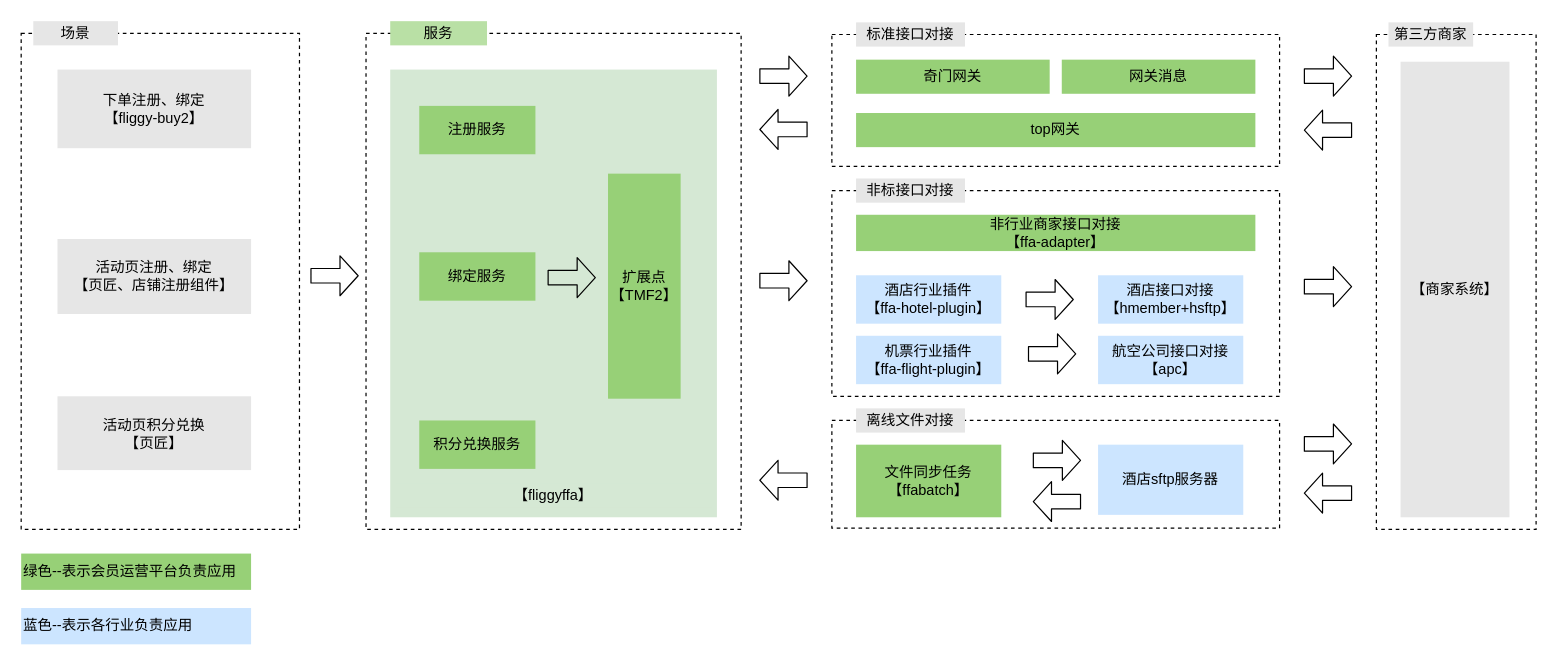
The draw.io diagram page "会员互通系统" (11 of 11) of 会员成长平台.drawio in renqiuming/drawio, before the edit. Source tidied: cells renumbered, new cells numbered last; positions are measured from the earlier drawing's top-left corner, leaving out a move shared by most shapes. Both pictures are drawn from the tidied source at 121%, with x=0, y=0 at pixel (21, 21).
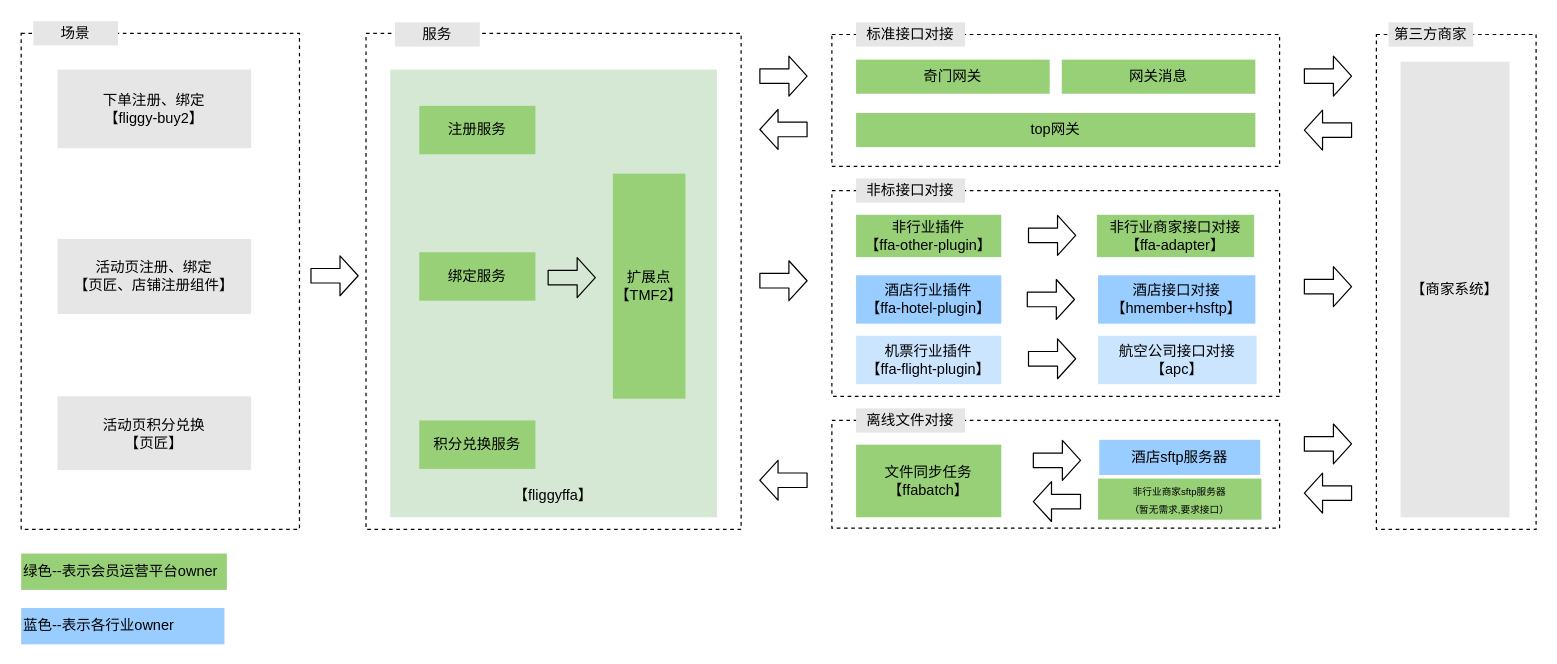
The same diagram, later.

Commit message:
更新会员成长平台.drawio

Diff of the diagram source:
```diff
@@
     <mxCell id="14" value="扩展点&lt;br&gt;【TMF2】" style="rounded=0;whiteSpace=wrap;html=1;fillColor=#97D077;strokeColor=none;" parent="1" vertex="1">
-      <mxGeometry x="485" y="126" width="60" height="186" as="geometry" />
+      <mxGeometry x="489" y="126" width="60" height="186" as="geometry" />
     </mxCell>
-    <mxCell id="15" value="服务" style="rounded=0;whiteSpace=wrap;html=1;fillColor=#B9E0A5;strokeColor=none;" parent="1" vertex="1">
-      <mxGeometry x="305" width="80" height="20" as="geometry" />
-    </mxCell>
@@
     <mxCell id="23" value="非行业商家接口对接&lt;br&gt;【ffa-adapter】" style="rounded=0;whiteSpace=wrap;html=1;fillColor=#97D077;strokeColor=none;" parent="1" vertex="1">
-      <mxGeometry x="690" y="160" width="330" height="30" as="geometry" />
+      <mxGeometry x="889" y="160" width="130" height="35" as="geometry" />
     </mxCell>
@@
-    <mxCell id="27" value="酒店行业插件&lt;br&gt;【ffa-hotel-plugin】" style="rounded=0;whiteSpace=wrap;html=1;fillColor=#CCE5FF;strokeColor=none;" parent="1" vertex="1">
+    <mxCell id="27" value="酒店行业插件&lt;br&gt;【ffa-hotel-plugin】" style="rounded=0;whiteSpace=wrap;html=1;fillColor=#99CCFF;strokeColor=none;" parent="1" vertex="1">
       <mxGeometry x="690" y="210" width="120" height="40" as="geometry" />
     </mxCell>
@@
-    <mxCell id="37" value="酒店接口对接&lt;br&gt;【hmember+hsftp】" style="rounded=0;whiteSpace=wrap;html=1;fillColor=#CCE5FF;strokeColor=none;" parent="1" vertex="1">
-      <mxGeometry x="890" y="210" width="120" height="40" as="geometry" />
+    <mxCell id="37" value="酒店接口对接&lt;br&gt;【hmember+hsftp】" style="rounded=0;whiteSpace=wrap;html=1;fillColor=#99CCFF;strokeColor=none;" parent="1" vertex="1">
+      <mxGeometry x="890" y="210" width="130" height="40" as="geometry" />
     </mxCell>
     <mxCell id="38" style="shape=flexArrow;endArrow=classic;html=1;width=12;endSize=4.67;" parent="1" edge="1">
       <mxGeometry relative="1" as="geometry">
-        <mxPoint x="830" y="230" as="sourcePoint" />
-        <mxPoint x="870" y="230" as="targetPoint" />
+        <mxPoint x="831" y="230" as="sourcePoint" />
+        <mxPoint x="871" y="230" as="targetPoint" />
       </mxGeometry>
     </mxCell>
     <mxCell id="39" style="shape=flexArrow;endArrow=classic;html=1;width=12;endSize=4.67;" parent="1" edge="1">
       <mxGeometry relative="1" as="geometry">
-        <mxPoint x="832" y="275" as="sourcePoint" />
-        <mxPoint x="872" y="275" as="targetPoint" />
+        <mxPoint x="832" y="279" as="sourcePoint" />
+        <mxPoint x="872" y="279" as="targetPoint" />
       </mxGeometry>
     </mxCell>
     <mxCell id="40" value="航空公司接口对接&lt;br&gt;【apc】" style="rounded=0;whiteSpace=wrap;html=1;fillColor=#CCE5FF;strokeColor=none;" parent="1" vertex="1">
-      <mxGeometry x="890" y="260" width="120" height="40" as="geometry" />
+      <mxGeometry x="890" y="260" width="131" height="40" as="geometry" />
     </mxCell>
@@
-    <mxCell id="46" value="酒店sftp服务器" style="rounded=0;whiteSpace=wrap;html=1;fillColor=#CCE5FF;strokeColor=none;" parent="1" vertex="1">
-      <mxGeometry x="890" y="350" width="120" height="58" as="geometry" />
+    <mxCell id="46" value="酒店sftp服务器" style="rounded=0;whiteSpace=wrap;html=1;fillColor=#99CCFF;strokeColor=none;" parent="1" vertex="1">
+      <mxGeometry x="891" y="346" width="133" height="29" as="geometry" />
     </mxCell>
@@
-    <mxCell id="49" value="绿色--表示会员运营平台负责应用" style="rounded=0;whiteSpace=wrap;html=1;fillColor=#97D077;strokeColor=none;align=left;" parent="1" vertex="1">
-      <mxGeometry y="440" width="190" height="30" as="geometry" />
+    <mxCell id="49" value="绿色--表示会员运营平台owner" style="rounded=0;whiteSpace=wrap;html=1;fillColor=#97D077;strokeColor=none;align=left;" parent="1" vertex="1">
+      <mxGeometry y="440" width="170" height="30" as="geometry" />
     </mxCell>
-    <mxCell id="50" value="蓝色--表示各行业负责应用" style="rounded=0;whiteSpace=wrap;html=1;fillColor=#CCE5FF;strokeColor=none;align=left;" parent="1" vertex="1">
-      <mxGeometry y="485" width="190" height="30" as="geometry" />
+    <mxCell id="50" value="蓝色--表示各行业owner" style="rounded=0;whiteSpace=wrap;html=1;fillColor=#99CCFF;strokeColor=none;align=left;" parent="1" vertex="1">
+      <mxGeometry y="485" width="168" height="30" as="geometry" />
     </mxCell>
+    <mxCell id="15" value="服务" style="rounded=0;whiteSpace=wrap;html=1;fillColor=#E6E6E6;strokeColor=none;" parent="1" vertex="1">
+      <mxGeometry x="309" y="1" width="70" height="20" as="geometry" />
+    </mxCell>
+    <mxCell id="51" value="非行业插件&lt;br&gt;【ffa-other-plugin】" style="rounded=0;whiteSpace=wrap;html=1;fillColor=#97D077;strokeColor=none;" parent="1" vertex="1">
+      <mxGeometry x="690" y="160" width="120" height="35" as="geometry" />
+    </mxCell>
+    <mxCell id="52" style="shape=flexArrow;endArrow=classic;html=1;width=12;endSize=4.67;" parent="1" edge="1">
+      <mxGeometry relative="1" as="geometry">
+        <mxPoint x="832" y="177" as="sourcePoint" />
+        <mxPoint x="872" y="177" as="targetPoint" />
+      </mxGeometry>
+    </mxCell>
+    <mxCell id="53" value="&lt;font style=&quot;font-size: 8px&quot;&gt;非行业商家sftp服务器&lt;br&gt;（暂无需求,要求接口）&lt;/font&gt;" style="rounded=0;whiteSpace=wrap;html=1;fillColor=#97D077;strokeColor=none;" parent="1" vertex="1">
+      <mxGeometry x="890" y="378" width="135" height="34" as="geometry" />
+    </mxCell>
```
